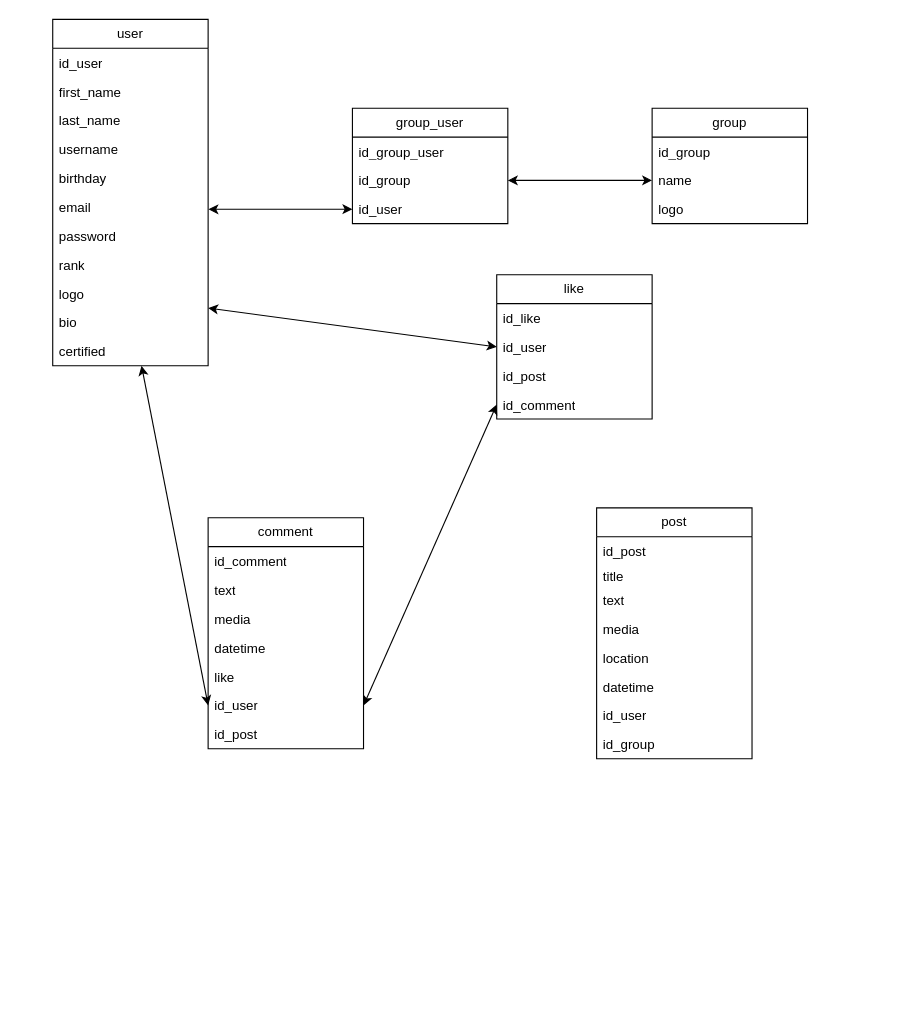
The draw.io diagram MCD_No_Comment.drawio in Evan-Duval/NoComment, before the edit. Source tidied: cells renumbered, new cells numbered last; positions are measured from the earlier drawing's top-left corner, leaving out a move shared by most shapes. Both pictures are drawn from the tidied source at 111%, with x=0, y=0 at pixel (52, 19).
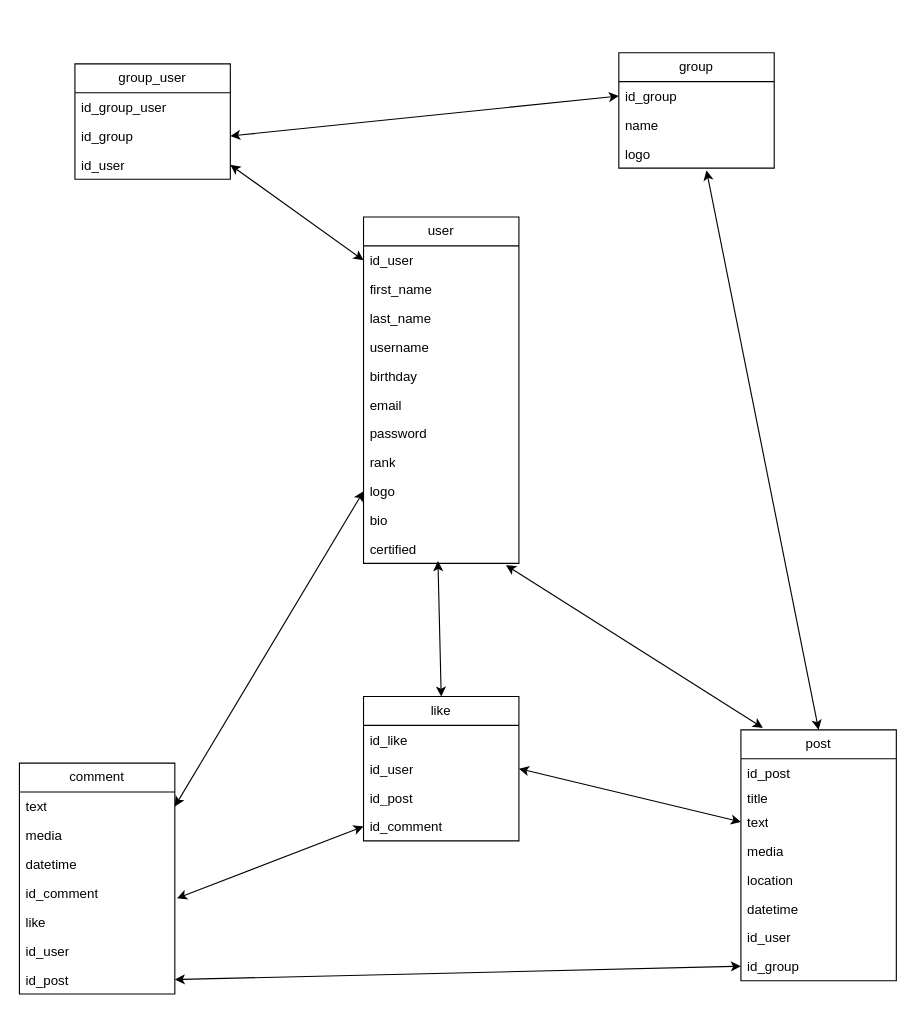
Above is the later version.

Commit message (it also covers changes not shown here):
Mettre à jour MCD_No_Comment.drawio

The change refers to these unchanged cells:
```xml
<mxCell id="3" value="id_user" style="text;strokeColor=none;fillColor=none;align=left;verticalAlign=top;spacingLeft=4;spacingRight=4;overflow=hidden;points=[[0,0.5],[1,0.5]];portConstraint=eastwest;whiteSpace=wrap;html=1;" parent="2" vertex="1">
  <mxGeometry y="26" width="140" height="26" as="geometry" />
</mxCell>
<mxCell id="8" value="email" style="text;strokeColor=none;fillColor=none;align=left;verticalAlign=top;spacingLeft=4;spacingRight=4;overflow=hidden;points=[[0,0.5],[1,0.5]];portConstraint=eastwest;whiteSpace=wrap;html=1;" parent="2" vertex="1">
  <mxGeometry y="156" width="140" height="26" as="geometry" />
</mxCell>
<mxCell id="11" value="logo" style="text;strokeColor=none;fillColor=none;align=left;verticalAlign=top;spacingLeft=4;spacingRight=4;overflow=hidden;points=[[0,0.5],[1,0.5]];portConstraint=eastwest;whiteSpace=wrap;html=1;" parent="2" vertex="1">
  <mxGeometry y="234" width="140" height="26" as="geometry" />
</mxCell>
<mxCell id="13" value="certified" style="text;strokeColor=none;fillColor=none;align=left;verticalAlign=top;spacingLeft=4;spacingRight=4;overflow=hidden;points=[[0,0.5],[1,0.5]];portConstraint=eastwest;whiteSpace=wrap;html=1;" parent="2" vertex="1">
  <mxGeometry y="286" width="140" height="26" as="geometry" />
</mxCell>
<mxCell id="17" value="text" style="text;strokeColor=none;fillColor=none;align=left;verticalAlign=top;spacingLeft=4;spacingRight=4;overflow=hidden;points=[[0,0.5],[1,0.5]];portConstraint=eastwest;whiteSpace=wrap;html=1;" parent="14" vertex="1">
  <mxGeometry y="70" width="140" height="26" as="geometry" />
</mxCell>
<mxCell id="22" value="id_group" style="text;strokeColor=none;fillColor=none;align=left;verticalAlign=top;spacingLeft=4;spacingRight=4;overflow=hidden;points=[[0,0.5],[1,0.5]];portConstraint=eastwest;whiteSpace=wrap;html=1;" parent="14" vertex="1">
  <mxGeometry y="200" width="140" height="26" as="geometry" />
</mxCell>
<mxCell id="24" value="id_group" style="text;strokeColor=none;fillColor=none;align=left;verticalAlign=top;spacingLeft=4;spacingRight=4;overflow=hidden;points=[[0,0.5],[1,0.5]];portConstraint=eastwest;whiteSpace=wrap;html=1;" parent="23" vertex="1">
  <mxGeometry y="26" width="140" height="26" as="geometry" />
</mxCell>
<mxCell id="25" value="name" style="text;strokeColor=none;fillColor=none;align=left;verticalAlign=top;spacingLeft=4;spacingRight=4;overflow=hidden;points=[[0,0.5],[1,0.5]];portConstraint=eastwest;whiteSpace=wrap;html=1;" parent="23" vertex="1">
  <mxGeometry y="52" width="140" height="26" as="geometry" />
</mxCell>
<mxCell id="26" value="logo" style="text;strokeColor=none;fillColor=none;align=left;verticalAlign=top;spacingLeft=4;spacingRight=4;overflow=hidden;points=[[0,0.5],[1,0.5]];portConstraint=eastwest;whiteSpace=wrap;html=1;" parent="23" vertex="1">
  <mxGeometry y="78" width="140" height="26" as="geometry" />
</mxCell>
<mxCell id="29" value="id_group" style="text;strokeColor=none;fillColor=none;align=left;verticalAlign=top;spacingLeft=4;spacingRight=4;overflow=hidden;points=[[0,0.5],[1,0.5]];portConstraint=eastwest;whiteSpace=wrap;html=1;" parent="27" vertex="1">
  <mxGeometry y="52" width="140" height="26" as="geometry" />
</mxCell>
<mxCell id="30" value="id_user" style="text;strokeColor=none;fillColor=none;align=left;verticalAlign=top;spacingLeft=4;spacingRight=4;overflow=hidden;points=[[0,0.5],[1,0.5]];portConstraint=eastwest;whiteSpace=wrap;html=1;" parent="27" vertex="1">
  <mxGeometry y="78" width="140" height="26" as="geometry" />
</mxCell>
<mxCell id="37" value="id_user" style="text;strokeColor=none;fillColor=none;align=left;verticalAlign=top;spacingLeft=4;spacingRight=4;overflow=hidden;points=[[0,0.5],[1,0.5]];portConstraint=eastwest;whiteSpace=wrap;html=1;" parent="31" vertex="1">
  <mxGeometry y="156" width="140" height="26" as="geometry" />
</mxCell>
<mxCell id="38" value="id_post" style="text;strokeColor=none;fillColor=none;align=left;verticalAlign=top;spacingLeft=4;spacingRight=4;overflow=hidden;points=[[0,0.5],[1,0.5]];portConstraint=eastwest;whiteSpace=wrap;html=1;" parent="31" vertex="1">
  <mxGeometry y="182" width="140" height="26" as="geometry" />
</mxCell>
<mxCell id="41" value="id_user" style="text;strokeColor=none;fillColor=none;align=left;verticalAlign=top;spacingLeft=4;spacingRight=4;overflow=hidden;points=[[0,0.5],[1,0.5]];portConstraint=eastwest;whiteSpace=wrap;html=1;" parent="39" vertex="1">
  <mxGeometry y="52" width="140" height="26" as="geometry" />
</mxCell>
<mxCell id="43" value="id_comment" style="text;strokeColor=none;fillColor=none;align=left;verticalAlign=top;spacingLeft=4;spacingRight=4;overflow=hidden;points=[[0,0.5],[1,0.5]];portConstraint=eastwest;whiteSpace=wrap;html=1;" parent="39" vertex="1">
  <mxGeometry y="104" width="140" height="26" as="geometry" />
</mxCell>
```

Change to the diagram source:
```diff
@@
     <mxCell id="2" value="user" style="swimlane;fontStyle=0;horizontal=1;startSize=26;fillColor=none;whiteSpace=wrap;html=1;" parent="1" vertex="1">
-      <mxGeometry width="140" height="312" as="geometry" />
+      <mxGeometry x="280" y="178" width="140" height="312" as="geometry" />
     </mxCell>
@@
     <mxCell id="14" value="post" style="swimlane;fontStyle=0;horizontal=1;startSize=26;fillColor=none;whiteSpace=wrap;html=1;" parent="1" vertex="1">
-      <mxGeometry x="490" y="440" width="140" height="226" as="geometry" />
+      <mxGeometry x="620" y="640" width="140" height="226" as="geometry" />
     </mxCell>
@@
     <mxCell id="23" value="group" style="swimlane;fontStyle=0;horizontal=1;startSize=26;fillColor=none;whiteSpace=wrap;html=1;" parent="1" vertex="1">
-      <mxGeometry x="540" y="80" width="140" height="104" as="geometry" />
+      <mxGeometry x="510" y="30" width="140" height="104" as="geometry" />
     </mxCell>
@@
     <mxCell id="27" value="group_user" style="swimlane;fontStyle=0;horizontal=1;startSize=26;fillColor=none;whiteSpace=wrap;html=1;" parent="1" vertex="1">
-      <mxGeometry x="270" y="80" width="140" height="104" as="geometry" />
+      <mxGeometry x="20" y="40" width="140" height="104" as="geometry" />
     </mxCell>
@@
     <mxCell id="31" value="comment" style="swimlane;fontStyle=0;horizontal=1;startSize=26;fillColor=none;whiteSpace=wrap;html=1;" parent="1" vertex="1">
-      <mxGeometry x="140" y="449" width="140" height="208" as="geometry" />
+      <mxGeometry x="-30" y="670" width="140" height="208" as="geometry" />
     </mxCell>
-    <mxCell id="32" value="id_comment" style="text;strokeColor=none;fillColor=none;align=left;verticalAlign=top;spacingLeft=4;spacingRight=4;overflow=hidden;points=[[0,0.5],[1,0.5]];portConstraint=eastwest;whiteSpace=wrap;html=1;" parent="31" vertex="1">
-      <mxGeometry y="26" width="140" height="26" as="geometry" />
-    </mxCell>
     <mxCell id="33" value="text" style="text;strokeColor=none;fillColor=none;align=left;verticalAlign=top;spacingLeft=4;spacingRight=4;overflow=hidden;points=[[0,0.5],[1,0.5]];portConstraint=eastwest;whiteSpace=wrap;html=1;" parent="31" vertex="1">
-      <mxGeometry y="52" width="140" height="26" as="geometry" />
+      <mxGeometry y="26" width="140" height="26" as="geometry" />
     </mxCell>
     <mxCell id="34" value="media" style="text;strokeColor=none;fillColor=none;align=left;verticalAlign=top;spacingLeft=4;spacingRight=4;overflow=hidden;whiteSpace=wrap;html=1;" parent="31" vertex="1">
-      <mxGeometry y="78" width="140" height="26" as="geometry" />
+      <mxGeometry y="52" width="140" height="26" as="geometry" />
     </mxCell>
     <mxCell id="35" value="datetime" style="text;strokeColor=none;fillColor=none;align=left;verticalAlign=top;spacingLeft=4;spacingRight=4;overflow=hidden;whiteSpace=wrap;html=1;" parent="31" vertex="1">
-      <mxGeometry y="104" width="140" height="26" as="geometry" />
+      <mxGeometry y="78" width="140" height="26" as="geometry" />
     </mxCell>
+    <mxCell id="32" value="id_comment" style="text;strokeColor=none;fillColor=none;align=left;verticalAlign=top;spacingLeft=4;spacingRight=4;overflow=hidden;points=[[0,0.5],[1,0.5]];portConstraint=eastwest;whiteSpace=wrap;html=1;" parent="31" vertex="1">
+      <mxGeometry y="104" width="140" height="26" as="geometry" />
+    </mxCell>
@@
     <mxCell id="39" value="like" style="swimlane;fontStyle=0;horizontal=1;startSize=26;fillColor=none;whiteSpace=wrap;html=1;" parent="1" vertex="1">
-      <mxGeometry x="400" y="230" width="140" height="130" as="geometry" />
+      <mxGeometry x="280" y="610" width="140" height="130" as="geometry" />
     </mxCell>
@@
-    <mxCell id="44" style="endArrow=classic;startArrow=classic;html=1;rounded=0;exitX=1.002;exitY=0.579;exitDx=0;exitDy=0;entryX=0;entryY=0.5;entryDx=0;entryDy=0;exitPerimeter=0;" parent="1" edge="1" source="8" target="30">
+    <mxCell id="44" style="endArrow=classic;startArrow=classic;html=1;rounded=0;exitX=0;exitY=0.5;exitDx=0;exitDy=0;entryX=1;entryY=0.5;entryDx=0;entryDy=0;" parent="1" edge="1" source="3" target="30">
       <mxGeometry relative="1" as="geometry" />
     </mxCell>
-    <mxCell id="45" style="endArrow=classic;startArrow=classic;html=1;rounded=0;exitX=1;exitY=0.5;exitDx=0;exitDy=0;entryX=0;entryY=0.5;entryDx=0;entryDy=0;" parent="1" edge="1" source="29" target="25">
+    <mxCell id="45" style="endArrow=classic;startArrow=classic;html=1;rounded=0;exitX=1;exitY=0.5;exitDx=0;exitDy=0;entryX=0;entryY=0.5;entryDx=0;entryDy=0;" parent="1" edge="1" source="29" target="24">
       <mxGeometry relative="1" as="geometry" />
     </mxCell>
-    <mxCell id="46" style="endArrow=classic;startArrow=classic;html=1;rounded=0;exitX=1.002;exitY=0.579;exitDx=0;exitDy=0;entryX=0;entryY=0.5;entryDx=0;entryDy=0;exitPerimeter=0;" parent="1" edge="1" target="41">
-      <mxGeometry relative="1" as="geometry">
-        <mxPoint x="140" y="260" as="sourcePoint" />
-      </mxGeometry>
+    <mxCell id="46" style="endArrow=classic;startArrow=classic;html=1;rounded=0;exitX=0.479;exitY=0.923;exitDx=0;exitDy=0;entryX=0.5;entryY=0;entryDx=0;entryDy=0;exitPerimeter=0;" parent="1" edge="1" source="13" target="39">
+      <mxGeometry relative="1" as="geometry" />
     </mxCell>
-    <mxCell id="47" style="endArrow=classic;startArrow=classic;html=1;rounded=0;exitX=1.002;exitY=0.579;exitDx=0;exitDy=0;entryX=0;entryY=0.5;entryDx=0;entryDy=0;exitPerimeter=0;" parent="1" edge="1" target="37">
-      <mxGeometry relative="1" as="geometry">
-        <mxPoint x="80" y="312" as="sourcePoint" />
-      </mxGeometry>
+    <mxCell id="47" style="endArrow=classic;startArrow=classic;html=1;rounded=0;exitX=0;exitY=0.5;exitDx=0;exitDy=0;entryX=1;entryY=0.5;entryDx=0;entryDy=0;" parent="1" edge="1" source="11" target="33">
+      <mxGeometry relative="1" as="geometry" />
     </mxCell>
-    <mxCell id="48" style="endArrow=classic;startArrow=classic;html=1;rounded=0;exitX=0;exitY=0.5;exitDx=0;exitDy=0;entryX=1;entryY=0.5;entryDx=0;entryDy=0;" parent="1" edge="1" source="43" target="37">
+    <mxCell id="48" style="endArrow=classic;startArrow=classic;html=1;rounded=0;exitX=0;exitY=0.5;exitDx=0;exitDy=0;entryX=1.014;entryY=0.684;entryDx=0;entryDy=0;entryPerimeter=0;" parent="1" edge="1" source="43" target="32">
       <mxGeometry relative="1" as="geometry" />
     </mxCell>
+    <mxCell id="49" style="endArrow=classic;startArrow=classic;html=1;rounded=0;exitX=1;exitY=0.5;exitDx=0;exitDy=0;entryX=0;entryY=0.5;entryDx=0;entryDy=0;" parent="1" edge="1" source="38" target="22">
+      <mxGeometry relative="1" as="geometry" />
+    </mxCell>
+    <mxCell id="50" style="endArrow=classic;startArrow=classic;html=1;rounded=0;exitX=0.564;exitY=1.077;exitDx=0;exitDy=0;exitPerimeter=0;entryX=0.5;entryY=0;entryDx=0;entryDy=0;" parent="1" edge="1" source="26" target="14">
+      <mxGeometry relative="1" as="geometry" />
+    </mxCell>
+    <mxCell id="51" style="endArrow=classic;startArrow=classic;html=1;rounded=0;exitX=1;exitY=0.5;exitDx=0;exitDy=0;entryX=0;entryY=0.5;entryDx=0;entryDy=0;" parent="1" edge="1" source="41" target="17">
+      <mxGeometry relative="1" as="geometry" />
+    </mxCell>
+    <mxCell id="52" style="endArrow=classic;startArrow=classic;html=1;rounded=0;exitX=0.917;exitY=1.064;exitDx=0;exitDy=0;entryX=0.141;entryY=-0.008;entryDx=0;entryDy=0;exitPerimeter=0;entryPerimeter=0;" parent="1" edge="1" source="13" target="14">
+      <mxGeometry relative="1" as="geometry" />
+    </mxCell>
```
